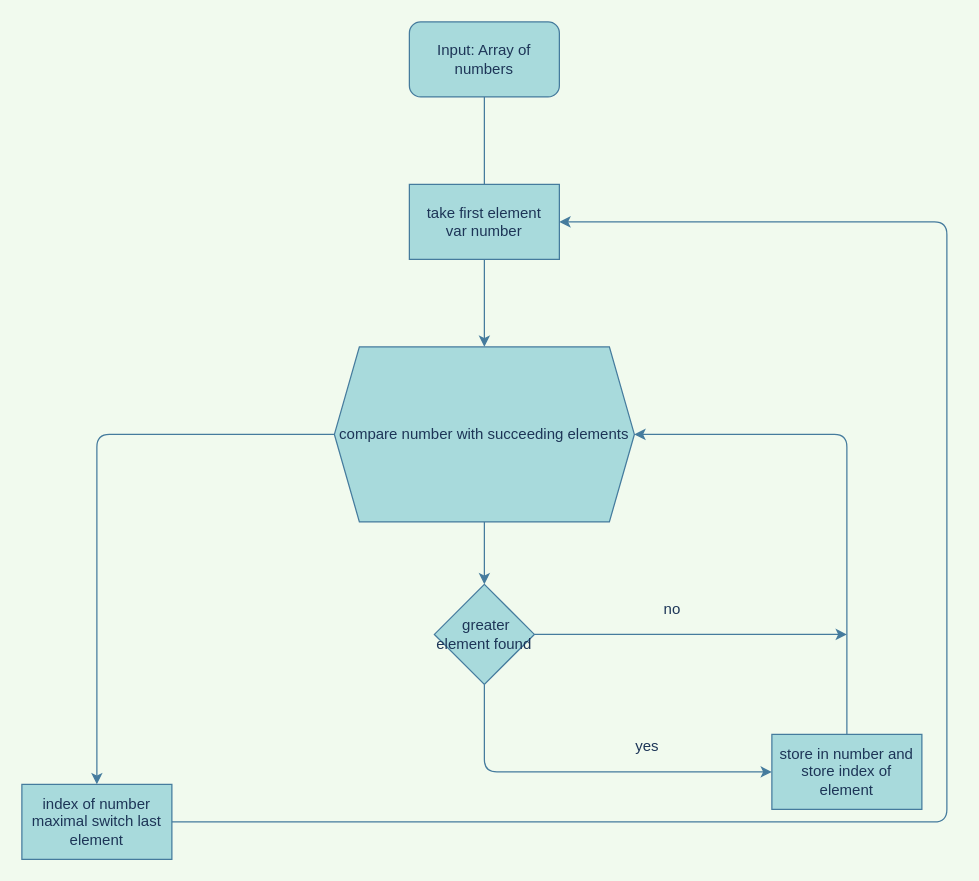
Earlier version of the draw.io diagram challenge1.drawio (Eikaron/FE21-Algorithms-DAY1-AronMichael). Source tidied: cells renumbered, new cells numbered last; positions are measured from the earlier drawing's top-left corner, leaving out a move shared by most shapes. Both pictures are drawn from the tidied source at 125%, with x=0, y=0 at pixel (21, 21).
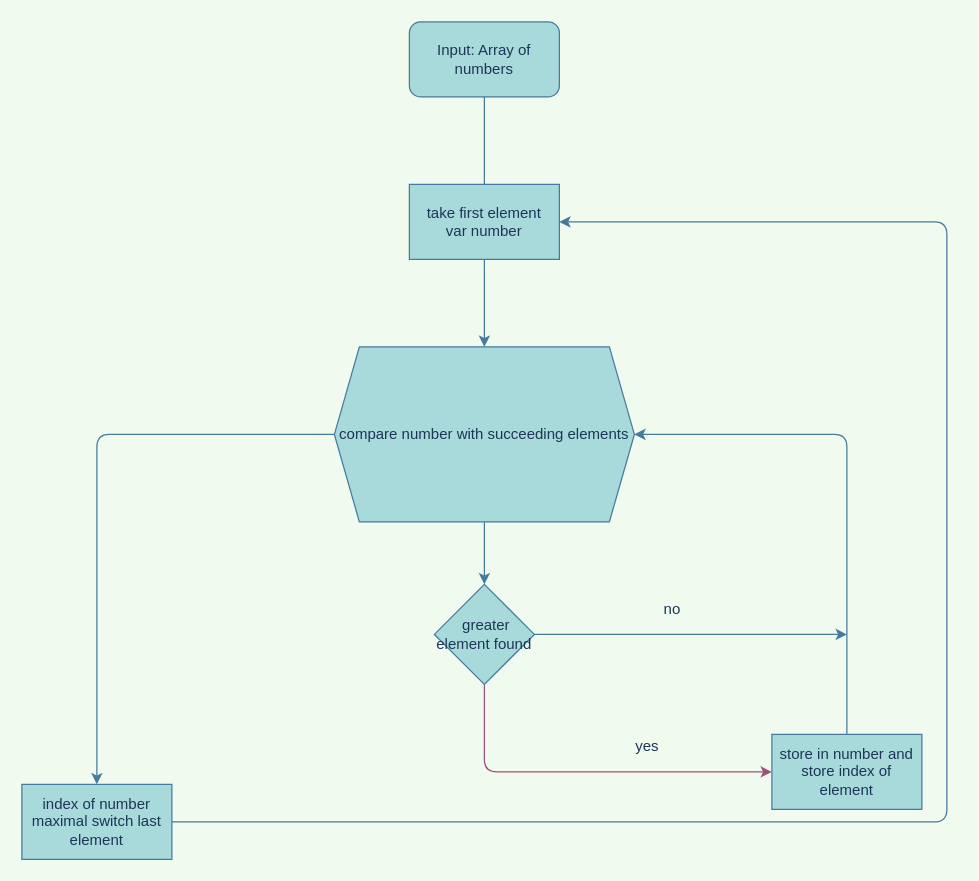
The same page after the edit.

Commit message:
just a color test

The change refers to these unchanged cells:
```xml
<mxCell id="11" value="&amp;nbsp;greater element found&lt;br&gt;" style="rhombus;whiteSpace=wrap;html=1;rounded=0;sketch=0;fontColor=#1D3557;strokeColor=#457B9D;fillColor=#A8DADC;" parent="1" vertex="1">
  <mxGeometry x="330" y="450" width="80" height="80" as="geometry" />
</mxCell>
<mxCell id="13" value="store in number and store index of element&lt;br&gt;" style="whiteSpace=wrap;html=1;rounded=0;sketch=0;fontColor=#1D3557;strokeColor=#457B9D;fillColor=#A8DADC;" parent="1" vertex="1">
  <mxGeometry x="600" y="570" width="120" height="60" as="geometry" />
</mxCell>
```

What changed in the source:
```diff
@@
-    <mxCell id="9" style="edgeStyle=orthogonalEdgeStyle;curved=0;rounded=1;sketch=0;jettySize=auto;html=1;entryX=0;entryY=0.5;entryDx=0;entryDy=0;fontColor=#1D3557;strokeColor=#457B9D;fillColor=#A8DADC;" parent="1" edge="1" source="11" target="13">
+    <mxCell id="9" style="edgeStyle=orthogonalEdgeStyle;curved=0;rounded=1;sketch=0;jettySize=auto;html=1;entryX=0;entryY=0.5;entryDx=0;entryDy=0;fontColor=#1D3557;fillColor=#A8DADC;strokeColor=#9D5079;" parent="1" edge="1" source="11" target="13">
       <mxGeometry relative="1" as="geometry">
         <Array as="points">
           <mxPoint x="370" y="600" />
         </Array>
       </mxGeometry>
     </mxCell>
```
